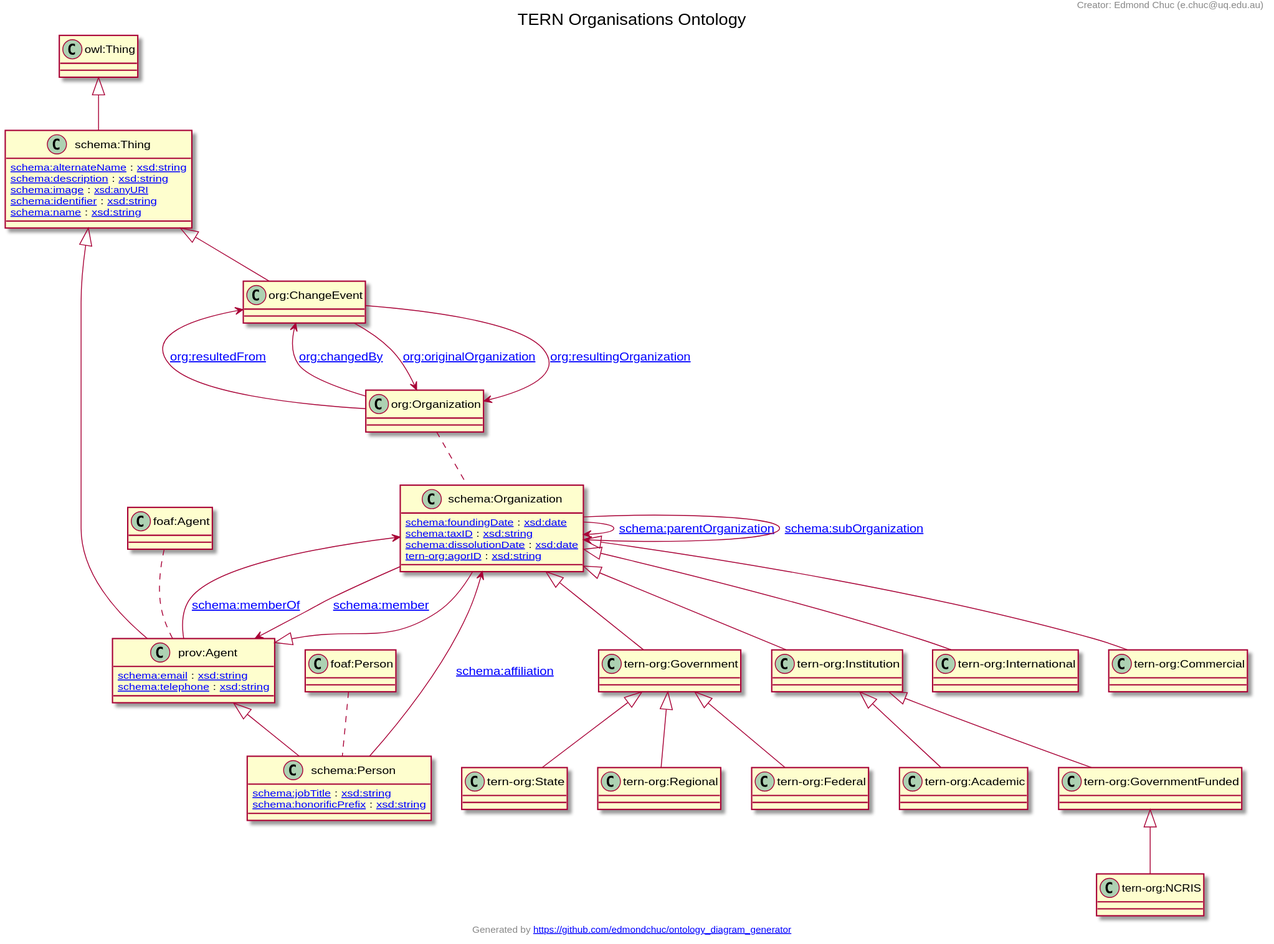
Earlier version of the PlantUML export docs/tern-org.ttl.svg (ternaustralia/ontology_tern-org).
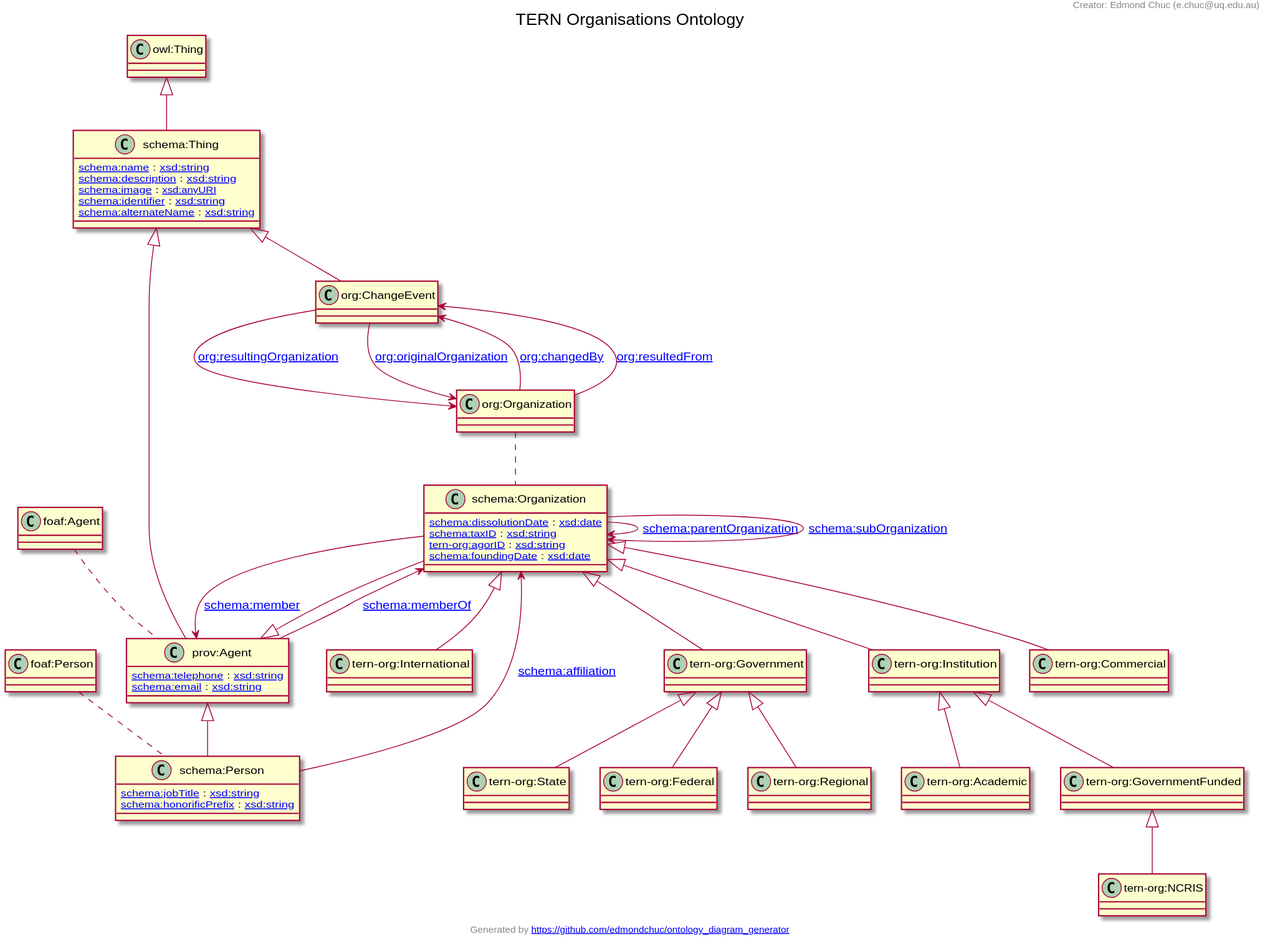
The same file after the commit.

What changed in the source:
```diff
@@ -1,25 +1,50 @@
 @startuml
 title TERN Organisations Ontology
-"schema:Organization" <|-- "tern-org:International"
+"schema:Organization" <|-- "tern-org:Institution"
+"tern-org:Government" <|-- "tern-org:State"
+"tern-org:Institution" <|-- "tern-org:GovernmentFunded"
+"prov:Agent" <|-- "schema:Organization"
+"schema:Organization" <|-- "tern-org:Commercial"
 "schema:Thing" <|-- "org:ChangeEvent"
-"schema:Organization" <|-- "tern-org:Commercial"
+"tern-org:Government" <|-- "tern-org:Federal"
+"tern-org:GovernmentFunded" <|-- "tern-org:NCRIS"
+"owl:Thing" <|-- "schema:Thing"
+"schema:Organization" <|-- "tern-org:Government"
+"tern-org:Institution" <|-- "tern-org:Academic"
 "prov:Agent" <|-- "schema:Person"
 "tern-org:Government" <|-- "tern-org:Regional"
-"prov:Agent" <|-- "schema:Organization"
-"owl:Thing" <|-- "schema:Thing"
-"schema:Organization" <|-- "tern-org:Institution"
-"tern-org:Government" <|-- "tern-org:Federal"
-"tern-org:Institution" <|-- "tern-org:Academic"
-"schema:Organization" <|-- "tern-org:Government"
-"tern-org:GovernmentFunded" <|-- "tern-org:NCRIS"
 "schema:Thing" <|-- "prov:Agent"
-"tern-org:Institution" <|-- "tern-org:GovernmentFunded"
-"tern-org:Government" <|-- "tern-org:State"
-Class "tern-org:International" [[https://w3id.org/tern/ontologies/org/International]] {
+"schema:Organization" <|-- "tern-org:International"
+Class "tern-org:Institution" [[https://w3id.org/tern/ontologies/org/Institution]] {
+}
+Class "tern-org:State" [[https://w3id.org/tern/ontologies/org/State]] {
+}
+Class "tern-org:GovernmentFunded" [[https://w3id.org/tern/ontologies/org/GovernmentFunded]] {
+}
+Class "schema:Organization" [[http://schema.org/Organization]] {
+[[http://schema.org/dissolutionDate schema:dissolutionDate]] : [[http://www.w3.org/2001/XMLSchema#date xsd:date]]
+[[http://schema.org/taxID schema:taxID]] : [[http://www.w3.org/2001/XMLSchema#string xsd:string]]
+[[https://w3id.org/tern/ontologies/org/agorID tern-org:agorID]] : [[http://www.w3.org/2001/XMLSchema#string xsd:string]]
+[[http://schema.org/foundingDate schema:foundingDate]] : [[http://www.w3.org/2001/XMLSchema#date xsd:date]]
+}
+Class "tern-org:Commercial" [[https://w3id.org/tern/ontologies/org/Commercial]] {
 }
 Class "org:ChangeEvent" [[http://www.w3.org/ns/org#ChangeEvent]] {
 }
-Class "tern-org:Commercial" [[https://w3id.org/tern/ontologies/org/Commercial]] {
+Class "tern-org:Federal" [[https://w3id.org/tern/ontologies/org/Federal]] {
+}
+Class "tern-org:NCRIS" [[https://w3id.org/tern/ontologies/org/NCRIS]] {
+}
+Class "schema:Thing" [[http://schema.org/Thing]] {
+[[http://schema.org/name schema:name]] : [[http://www.w3.org/2001/XMLSchema#string xsd:string]]
+[[http://schema.org/description schema:description]] : [[http://www.w3.org/2001/XMLSchema#string xsd:string]]
+[[http://schema.org/image schema:image]] : [[http://www.w3.org/2001/XMLSchema#anyURI xsd:anyURI]]
+[[http://schema.org/identifier schema:identifier]] : [[http://www.w3.org/2001/XMLSchema#string xsd:string]]
+[[http://schema.org/alternateName schema:alternateName]] : [[http://www.w3.org/2001/XMLSchema#string xsd:string]]
+}
+Class "tern-org:Government" [[https://w3id.org/tern/ontologies/org/Government]] {
+}
+Class "tern-org:Academic" [[https://w3id.org/tern/ontologies/org/Academic]] {
 }
 Class "schema:Person" [[http://schema.org/Person]] {
 [[http://schema.org/jobTitle schema:jobTitle]] : [[http://www.w3.org/2001/XMLSchema#string xsd:string]]
@@ -27,48 +52,23 @@
 }
 Class "tern-org:Regional" [[https://w3id.org/tern/ontologies/org/Regional]] {
 }
-Class "schema:Organization" [[http://schema.org/Organization]] {
-[[http://schema.org/foundingDate schema:foundingDate]] : [[http://www.w3.org/2001/XMLSchema#date xsd:date]]
-[[http://schema.org/taxID schema:taxID]] : [[http://www.w3.org/2001/XMLSchema#string xsd:string]]
-[[http://schema.org/dissolutionDate schema:dissolutionDate]] : [[http://www.w3.org/2001/XMLSchema#date xsd:date]]
-[[https://w3id.org/tern/ontologies/org/agorID tern-org:agorID]] : [[http://www.w3.org/2001/XMLSchema#string xsd:string]]
+Class "prov:Agent" [[http://www.w3.org/ns/prov#Agent]] {
+[[http://schema.org/telephone schema:telephone]] : [[http://www.w3.org/2001/XMLSchema#string xsd:string]]
+[[http://schema.org/email schema:email]] : [[http://www.w3.org/2001/XMLSchema#string xsd:string]]
 }
-Class "schema:Thing" [[http://schema.org/Thing]] {
-[[http://schema.org/alternateName schema:alternateName]] : [[http://www.w3.org/2001/XMLSchema#string xsd:string]]
-[[http://schema.org/description schema:description]] : [[http://www.w3.org/2001/XMLSchema#string xsd:string]]
-[[http://schema.org/image schema:image]] : [[http://www.w3.org/2001/XMLSchema#anyURI xsd:anyURI]]
-[[http://schema.org/identifier schema:identifier]] : [[http://www.w3.org/2001/XMLSchema#string xsd:string]]
-[[http://schema.org/name schema:name]] : [[http://www.w3.org/2001/XMLSchema#string xsd:string]]
+Class "tern-org:International" [[https://w3id.org/tern/ontologies/org/International]] {
 }
-Class "tern-org:Institution" [[https://w3id.org/tern/ontologies/org/Institution]] {
-}
-Class "tern-org:Federal" [[https://w3id.org/tern/ontologies/org/Federal]] {
-}
-Class "tern-org:Academic" [[https://w3id.org/tern/ontologies/org/Academic]] {
-}
-Class "tern-org:Government" [[https://w3id.org/tern/ontologies/org/Government]] {
-}
-Class "tern-org:NCRIS" [[https://w3id.org/tern/ontologies/org/NCRIS]] {
-}
-Class "prov:Agent" [[http://www.w3.org/ns/prov#Agent]] {
-[[http://schema.org/email schema:email]] : [[http://www.w3.org/2001/XMLSchema#string xsd:string]]
-[[http://schema.org/telephone schema:telephone]] : [[http://www.w3.org/2001/XMLSchema#string xsd:string]]
-}
-Class "tern-org:GovernmentFunded" [[https://w3id.org/tern/ontologies/org/GovernmentFunded]] {
-}
-Class "tern-org:State" [[https://w3id.org/tern/ontologies/org/State]] {
-}
+"org:ChangeEvent" --> "org:Organization" : "[[http://www.w3.org/ns/org#resultingOrganization org:resultingOrganization]]"
+"org:ChangeEvent" --> "org:Organization" : "[[http://www.w3.org/ns/org#originalOrganization org:originalOrganization]]"
 "prov:Agent" --> "schema:Organization" : "[[http://schema.org/memberOf schema:memberOf]]"
+"org:Organization" --> "org:ChangeEvent" : "[[http://www.w3.org/ns/org#changedBy org:changedBy]]"
+"org:Organization" --> "org:ChangeEvent" : "[[http://www.w3.org/ns/org#resultedFrom org:resultedFrom]]"
+"schema:Person" --> "schema:Organization" : "[[http://schema.org/affiliation schema:affiliation]]"
 "schema:Organization" --> "prov:Agent" : "[[http://schema.org/member schema:member]]"
-"org:Organization" --> "org:ChangeEvent" : "[[http://www.w3.org/ns/org#resultedFrom org:resultedFrom]]"
-"org:ChangeEvent" --> "org:Organization" : "[[http://www.w3.org/ns/org#originalOrganization org:originalOrganization]]"
-"org:Organization" --> "org:ChangeEvent" : "[[http://www.w3.org/ns/org#changedBy org:changedBy]]"
 "schema:Organization" --> "schema:Organization" : "[[http://schema.org/parentOrganization schema:parentOrganization]]"
-"schema:Person" --> "schema:Organization" : "[[http://schema.org/affiliation schema:affiliation]]"
-"org:ChangeEvent" --> "org:Organization" : "[[http://www.w3.org/ns/org#resultingOrganization org:resultingOrganization]]"
 "schema:Organization" --> "schema:Organization" : "[[http://schema.org/subOrganization schema:subOrganization]]"
+"org:Organization" .. "schema:Organization"
 "foaf:Person" .. "schema:Person"
-"org:Organization" .. "schema:Organization"
 "foaf:Agent" .. "prov:Agent"
 header
 Creator: Edmond Chuc (e.chuc@uq.edu.au)
```
